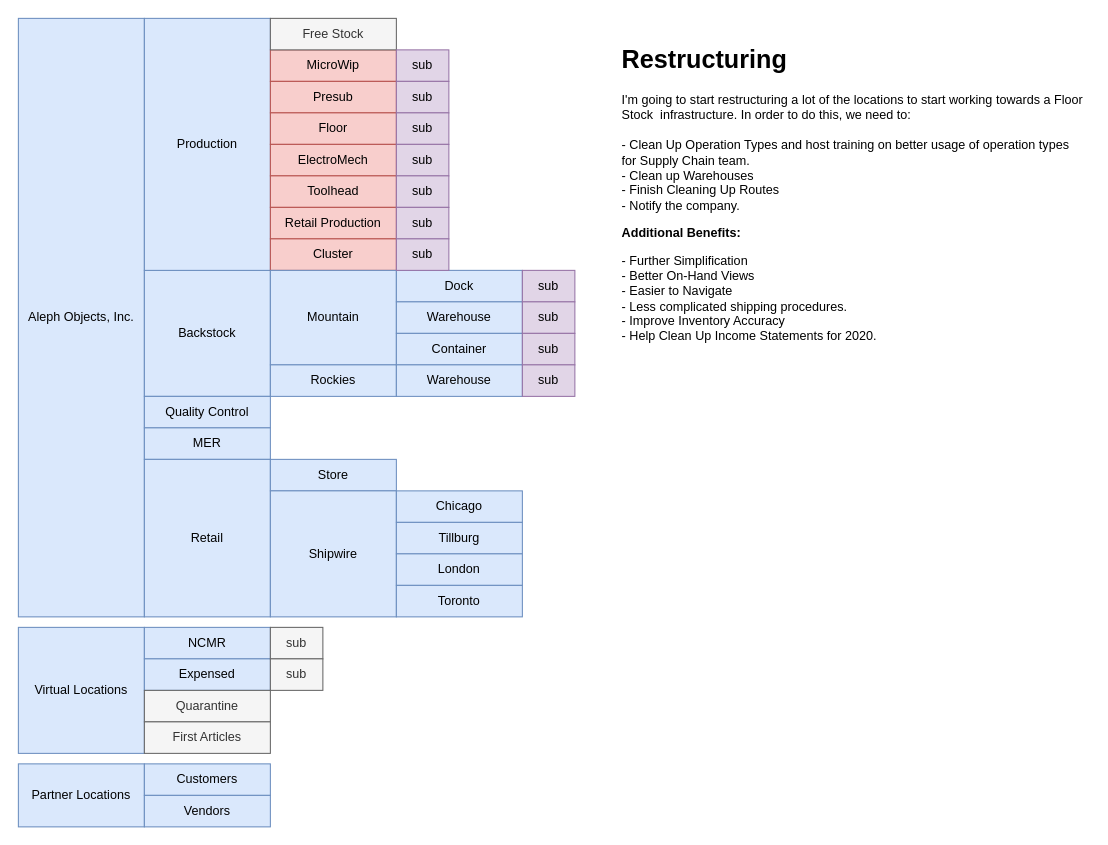
Earlier version of the draw.io diagram Location Restructuring.drawio (Kazkade/Flowcharts). Source tidied: cells renumbered, new cells numbered last; positions are measured from the earlier drawing's top-left corner, leaving out a move shared by most shapes. Both pictures are drawn from the tidied source at 105%, with x=0, y=0 at pixel (18, 18).
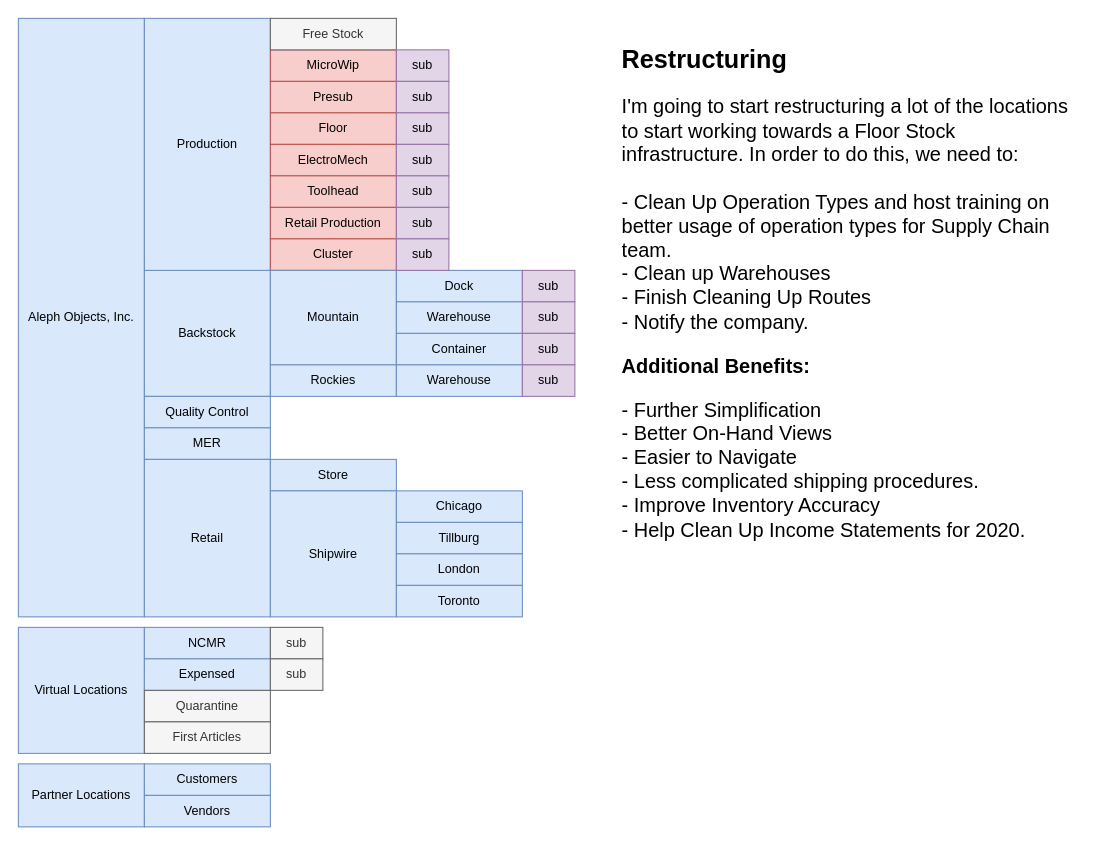
After the change.

Diff of the diagram source:
```diff
@@
-    <mxCell id="25" value="&lt;h1&gt;Restructuring&lt;/h1&gt;&lt;p&gt;I'm going to start restructuring a lot of the locations to start working towards a Floor Stock&amp;nbsp; infrastructure. In order to do this, we need to:&lt;br&gt;&lt;span&gt;&lt;br&gt;- Clean Up Operation Types and host training on better usage of operation types for Supply Chain team.&amp;nbsp;&lt;br&gt;&lt;/span&gt;&lt;span&gt;- Clean up Warehouses&lt;br&gt;&lt;/span&gt;&lt;span&gt;- Finish Cleaning Up Routes&lt;br&gt;&lt;/span&gt;&lt;span&gt;- Notify the company.&lt;/span&gt;&lt;/p&gt;&lt;p&gt;&lt;b&gt;Additional Benefits:&lt;/b&gt;&lt;/p&gt;&lt;p&gt;- Further Simplification&lt;br&gt;- Better On-Hand Views&lt;br&gt;- Easier to Navigate&lt;br&gt;- Less complicated shipping procedures.&lt;br&gt;- Improve Inventory Accuracy&lt;br&gt;- Help Clean Up Income Statements for 2020.&lt;br&gt;&lt;/p&gt;" style="text;html=1;strokeColor=none;fillColor=none;spacing=5;spacingTop=-20;whiteSpace=wrap;overflow=hidden;rounded=0;" parent="1" vertex="1">
-      <mxGeometry x="570" y="20" width="450" height="340" as="geometry" />
+    <mxCell id="25" value="&lt;h1&gt;Restructuring&lt;/h1&gt;&lt;p style=&quot;font-size: 19px&quot;&gt;&lt;font style=&quot;font-size: 19px&quot;&gt;I'm going to start restructuring a lot of the locations to start working towards a Floor Stock&amp;nbsp; infrastructure. In order to do this, we need to:&lt;br&gt;&lt;br&gt;- Clean Up Operation Types and host training on better usage of operation types for Supply Chain team.&amp;nbsp;&lt;br&gt;- Clean up Warehouses&lt;br&gt;- Finish Cleaning Up Routes&lt;br&gt;- Notify the company.&lt;/font&gt;&lt;/p&gt;&lt;p style=&quot;font-size: 19px&quot;&gt;&lt;b&gt;&lt;font style=&quot;font-size: 19px&quot;&gt;Additional Benefits:&lt;/font&gt;&lt;/b&gt;&lt;/p&gt;&lt;p style=&quot;font-size: 19px&quot;&gt;&lt;font style=&quot;font-size: 19px&quot;&gt;- Further Simplification&lt;br&gt;- Better On-Hand Views&lt;br&gt;- Easier to Navigate&lt;br&gt;- Less complicated shipping procedures.&lt;br&gt;- Improve Inventory Accuracy&lt;br&gt;- Help Clean Up Income Statements for 2020.&lt;/font&gt;&lt;br&gt;&lt;/p&gt;" style="text;html=1;strokeColor=none;fillColor=none;spacing=5;spacingTop=-20;whiteSpace=wrap;overflow=hidden;rounded=0;" parent="1" vertex="1">
+      <mxGeometry x="570" y="20" width="450" height="600" as="geometry" />
     </mxCell>
```
